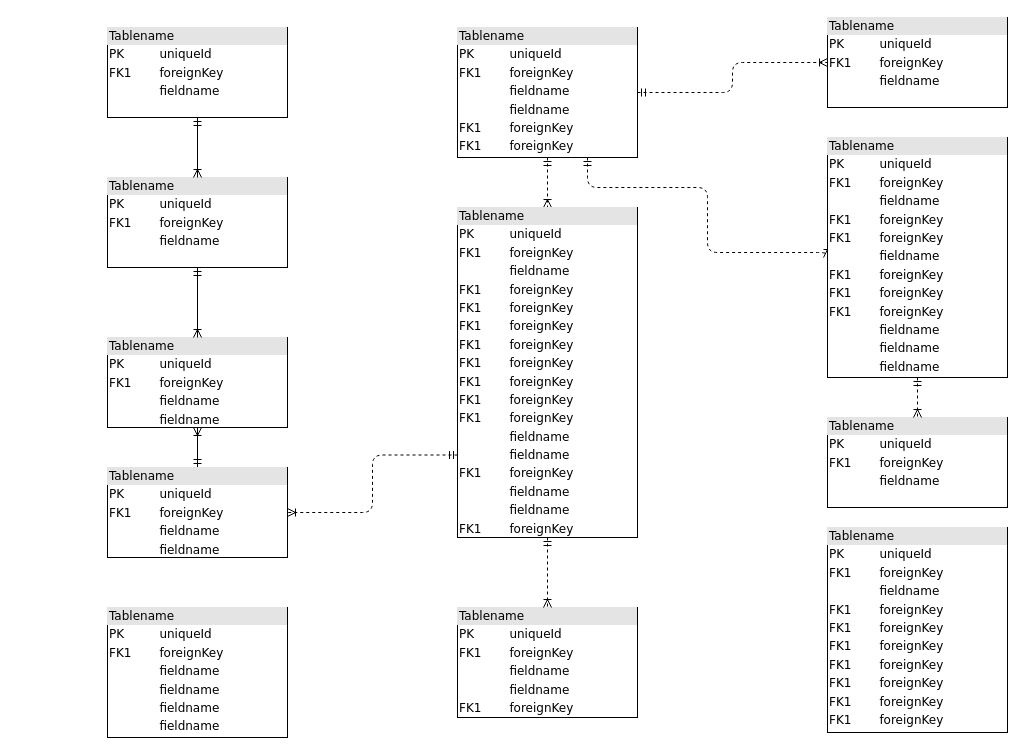
Amongash/PMS keeps this draw.io diagram as PMS.drawio. Above is the earlier version. Source tidied: cells renumbered, new cells numbered last; positions are measured from the earlier drawing's top-left corner, leaving out a move shared by most shapes. Both pictures are drawn from the tidied source at 100%, with x=0, y=0 at pixel (107, 17).
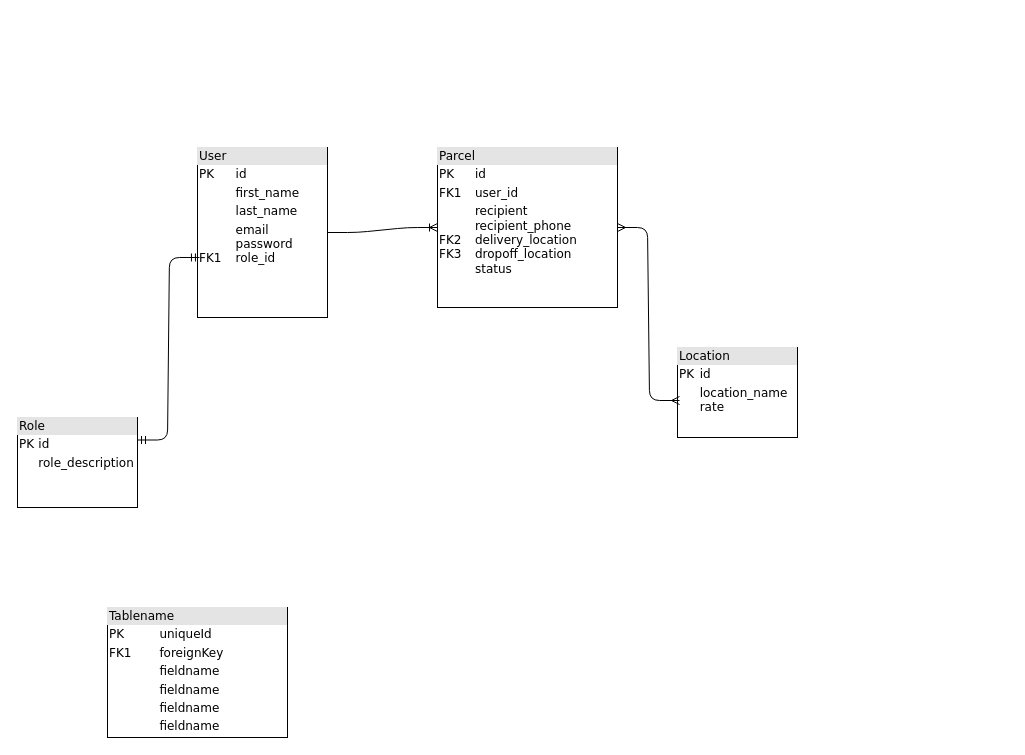
Above is the later version.

Change to the diagram source:
```diff
@@
-    <mxCell id="2" value="&lt;div style=&quot;box-sizing:border-box;width:100%;background:#e4e4e4;padding:2px;&quot;&gt;Tablename&lt;/div&gt;&lt;table style=&quot;width:100%;font-size:1em;&quot; cellpadding=&quot;2&quot; cellspacing=&quot;0&quot;&gt;&lt;tr&gt;&lt;td&gt;PK&lt;/td&gt;&lt;td&gt;uniqueId&lt;/td&gt;&lt;/tr&gt;&lt;tr&gt;&lt;td&gt;FK1&lt;/td&gt;&lt;td&gt;foreignKey&lt;/td&gt;&lt;/tr&gt;&lt;tr&gt;&lt;td&gt;&lt;/td&gt;&lt;td&gt;fieldname&lt;/td&gt;&lt;/tr&gt;&lt;/table&gt;" style="verticalAlign=top;align=left;overflow=fill;html=1;rounded=0;shadow=0;comic=0;labelBackgroundColor=none;strokeWidth=1;fontFamily=Verdana;fontSize=12;" parent="1" vertex="1">
-      <mxGeometry y="10" width="180" height="90" as="geometry" />
+    <mxCell id="2" value="&lt;div style=&quot;box-sizing: border-box ; width: 100% ; background: #e4e4e4 ; padding: 2px&quot;&gt;Parcel&lt;/div&gt;&lt;table style=&quot;width: 100% ; font-size: 1em&quot; cellpadding=&quot;2&quot; cellspacing=&quot;0&quot;&gt;&lt;tbody&gt;&lt;tr&gt;&lt;td&gt;PK&lt;/td&gt;&lt;td&gt;id&lt;/td&gt;&lt;/tr&gt;&lt;tr&gt;&lt;td&gt;FK1&lt;/td&gt;&lt;td&gt;user_id&lt;br&gt;&lt;/td&gt;&lt;/tr&gt;&lt;tr&gt;&lt;td&gt;FK2&lt;br&gt;FK3&lt;/td&gt;&lt;td&gt;recipient&lt;br&gt;recipient_phone&lt;br&gt;delivery_location&lt;br&gt;dropoff_location&lt;br&gt;status&lt;br&gt;&lt;br&gt;&lt;/td&gt;&lt;/tr&gt;&lt;/tbody&gt;&lt;/table&gt;" style="verticalAlign=top;align=left;overflow=fill;html=1;rounded=0;shadow=0;comic=0;labelBackgroundColor=none;strokeWidth=1;fontFamily=Verdana;fontSize=12;" parent="1" vertex="1">
+      <mxGeometry x="330" y="130" width="180" height="160" as="geometry" />
     </mxCell>
-    <mxCell id="3" style="edgeStyle=orthogonalEdgeStyle;html=1;entryX=0.5;entryY=0;dashed=1;labelBackgroundColor=none;startArrow=ERmandOne;endArrow=ERoneToMany;fontFamily=Verdana;fontSize=12;align=left;" parent="1" edge="1" source="6" target="16">
-      <mxGeometry relative="1" as="geometry" />
-    </mxCell>
-    <mxCell id="4" style="edgeStyle=orthogonalEdgeStyle;html=1;dashed=1;labelBackgroundColor=none;startArrow=ERmandOne;endArrow=ERoneToMany;fontFamily=Verdana;fontSize=12;align=left;entryX=0;entryY=0.5;" parent="1" edge="1" source="6" target="19">
-      <mxGeometry relative="1" as="geometry">
-        <Array as="points">
-          <mxPoint x="480" y="170" />
-          <mxPoint x="600" y="170" />
-          <mxPoint x="600" y="235" />
-        </Array>
-      </mxGeometry>
-    </mxCell>
-    <mxCell id="5" style="edgeStyle=orthogonalEdgeStyle;html=1;dashed=1;labelBackgroundColor=none;startArrow=ERmandOne;endArrow=ERoneToMany;fontFamily=Verdana;fontSize=12;align=left;" parent="1" edge="1" source="6" target="20">
-      <mxGeometry relative="1" as="geometry" />
-    </mxCell>
-    <mxCell id="6" value="&lt;div style=&quot;box-sizing: border-box ; width: 100% ; background: #e4e4e4 ; padding: 2px&quot;&gt;Tablename&lt;/div&gt;&lt;table style=&quot;width: 100% ; font-size: 1em&quot; cellpadding=&quot;2&quot; cellspacing=&quot;0&quot;&gt;&lt;tbody&gt;&lt;tr&gt;&lt;td&gt;PK&lt;/td&gt;&lt;td&gt;uniqueId&lt;/td&gt;&lt;/tr&gt;&lt;tr&gt;&lt;td&gt;FK1&lt;/td&gt;&lt;td&gt;foreignKey&lt;/td&gt;&lt;/tr&gt;&lt;tr&gt;&lt;td&gt;&lt;/td&gt;&lt;td&gt;fieldname&lt;/td&gt;&lt;/tr&gt;&lt;tr&gt;&lt;td&gt;&lt;br&gt;&lt;/td&gt;&lt;td&gt;fieldname&lt;br&gt;&lt;/td&gt;&lt;/tr&gt;&lt;tr&gt;&lt;td&gt;FK1&lt;br&gt;&lt;/td&gt;&lt;td&gt;foreignKey&lt;br&gt;&lt;/td&gt;&lt;/tr&gt;&lt;tr&gt;&lt;td&gt;FK1&lt;br&gt;&lt;/td&gt;&lt;td&gt;foreignKey&lt;br&gt;&lt;/td&gt;&lt;/tr&gt;&lt;/tbody&gt;&lt;/table&gt;" style="verticalAlign=top;align=left;overflow=fill;html=1;rounded=0;shadow=0;comic=0;labelBackgroundColor=none;strokeWidth=1;fontFamily=Verdana;fontSize=12;" parent="1" vertex="1">
-      <mxGeometry x="350" y="10" width="180" height="130" as="geometry" />
-    </mxCell>
-    <mxCell id="7" style="edgeStyle=orthogonalEdgeStyle;html=1;labelBackgroundColor=none;startArrow=ERmandOne;endArrow=ERoneToMany;fontFamily=Verdana;fontSize=12;align=left;" parent="1" edge="1" source="9" target="10">
-      <mxGeometry relative="1" as="geometry" />
-    </mxCell>
-    <mxCell id="8" style="edgeStyle=orthogonalEdgeStyle;html=1;exitX=0;exitY=0.75;entryX=1;entryY=0.5;dashed=1;labelBackgroundColor=none;startArrow=ERmandOne;endArrow=ERoneToMany;fontFamily=Verdana;fontSize=12;align=left;" parent="1" edge="1" source="16" target="9">
-      <mxGeometry relative="1" as="geometry" />
-    </mxCell>
-    <mxCell id="9" value="&lt;div style=&quot;box-sizing: border-box ; width: 100% ; background: #e4e4e4 ; padding: 2px&quot;&gt;Tablename&lt;/div&gt;&lt;table style=&quot;width: 100% ; font-size: 1em&quot; cellpadding=&quot;2&quot; cellspacing=&quot;0&quot;&gt;&lt;tbody&gt;&lt;tr&gt;&lt;td&gt;PK&lt;/td&gt;&lt;td&gt;uniqueId&lt;/td&gt;&lt;/tr&gt;&lt;tr&gt;&lt;td&gt;FK1&lt;/td&gt;&lt;td&gt;foreignKey&lt;/td&gt;&lt;/tr&gt;&lt;tr&gt;&lt;td&gt;&lt;/td&gt;&lt;td&gt;fieldname&lt;/td&gt;&lt;/tr&gt;&lt;tr&gt;&lt;td&gt;&lt;br&gt;&lt;/td&gt;&lt;td&gt;fieldname&lt;br&gt;&lt;/td&gt;&lt;/tr&gt;&lt;/tbody&gt;&lt;/table&gt;" style="verticalAlign=top;align=left;overflow=fill;html=1;rounded=0;shadow=0;comic=0;labelBackgroundColor=none;strokeWidth=1;fontFamily=Verdana;fontSize=12;" parent="1" vertex="1">
-      <mxGeometry y="450" width="180" height="90" as="geometry" />
+    <mxCell id="9" value="&lt;div style=&quot;box-sizing: border-box ; width: 100% ; background: #e4e4e4 ; padding: 2px&quot;&gt;Role&lt;/div&gt;&lt;table style=&quot;width: 100% ; font-size: 1em&quot; cellpadding=&quot;2&quot; cellspacing=&quot;0&quot;&gt;&lt;tbody&gt;&lt;tr&gt;&lt;td&gt;PK&lt;/td&gt;&lt;td&gt;id&lt;/td&gt;&lt;/tr&gt;&lt;tr&gt;&lt;td&gt;&lt;br&gt;&lt;/td&gt;&lt;td&gt;role_description&lt;/td&gt;&lt;/tr&gt;&lt;tr&gt;&lt;td&gt;&lt;/td&gt;&lt;td&gt;&lt;br&gt;&lt;/td&gt;&lt;/tr&gt;&lt;tr&gt;&lt;td&gt;&lt;br&gt;&lt;/td&gt;&lt;td&gt;&lt;br&gt;&lt;/td&gt;&lt;/tr&gt;&lt;/tbody&gt;&lt;/table&gt;" style="verticalAlign=top;align=left;overflow=fill;html=1;rounded=0;shadow=0;comic=0;labelBackgroundColor=none;strokeWidth=1;fontFamily=Verdana;fontSize=12;" parent="1" vertex="1">
+      <mxGeometry x="-90" y="400" width="120" height="90" as="geometry" />
     </mxCell>
-    <mxCell id="10" value="&lt;div style=&quot;box-sizing: border-box ; width: 100% ; background: #e4e4e4 ; padding: 2px&quot;&gt;Tablename&lt;/div&gt;&lt;table style=&quot;width: 100% ; font-size: 1em&quot; cellpadding=&quot;2&quot; cellspacing=&quot;0&quot;&gt;&lt;tbody&gt;&lt;tr&gt;&lt;td&gt;PK&lt;/td&gt;&lt;td&gt;uniqueId&lt;/td&gt;&lt;/tr&gt;&lt;tr&gt;&lt;td&gt;FK1&lt;/td&gt;&lt;td&gt;foreignKey&lt;/td&gt;&lt;/tr&gt;&lt;tr&gt;&lt;td&gt;&lt;/td&gt;&lt;td&gt;fieldname&lt;/td&gt;&lt;/tr&gt;&lt;tr&gt;&lt;td&gt;&lt;br&gt;&lt;/td&gt;&lt;td&gt;fieldname&lt;br&gt;&lt;/td&gt;&lt;/tr&gt;&lt;/tbody&gt;&lt;/table&gt;" style="verticalAlign=top;align=left;overflow=fill;html=1;rounded=0;shadow=0;comic=0;labelBackgroundColor=none;strokeWidth=1;fontFamily=Verdana;fontSize=12;" parent="1" vertex="1">
-      <mxGeometry y="320" width="180" height="90" as="geometry" />
+    <mxCell id="10" value="&lt;div style=&quot;box-sizing: border-box ; width: 100% ; background: #e4e4e4 ; padding: 2px&quot;&gt;User&lt;/div&gt;&lt;table style=&quot;width: 100% ; font-size: 1em&quot; cellpadding=&quot;2&quot; cellspacing=&quot;0&quot; align=&quot;left&quot;&gt;&lt;tbody&gt;&lt;tr&gt;&lt;td&gt;PK&lt;/td&gt;&lt;td&gt;id&lt;/td&gt;&lt;/tr&gt;&lt;tr&gt;&lt;td&gt;&lt;br&gt;&lt;/td&gt;&lt;td&gt;first_name&lt;/td&gt;&lt;/tr&gt;&lt;tr&gt;&lt;td&gt;&lt;/td&gt;&lt;td&gt;last_name&lt;/td&gt;&lt;/tr&gt;&lt;tr&gt;&lt;td&gt;&lt;br&gt;&lt;br&gt;FK1&lt;/td&gt;&lt;td&gt;email&lt;br&gt;password&lt;br&gt;role_id&lt;br&gt;&lt;/td&gt;&lt;/tr&gt;&lt;/tbody&gt;&lt;/table&gt;" style="verticalAlign=top;align=left;overflow=fill;html=1;rounded=0;shadow=0;comic=0;labelBackgroundColor=none;strokeWidth=1;fontFamily=Verdana;fontSize=12;" parent="1" vertex="1">
+      <mxGeometry x="90" y="130" width="130" height="170" as="geometry" />
     </mxCell>
-    <mxCell id="11" style="edgeStyle=orthogonalEdgeStyle;html=1;entryX=0.5;entryY=0;labelBackgroundColor=none;startArrow=ERmandOne;endArrow=ERoneToMany;fontFamily=Verdana;fontSize=12;align=left;" parent="1" edge="1" source="12" target="10">
-      <mxGeometry relative="1" as="geometry" />
-    </mxCell>
-    <mxCell id="12" value="&lt;div style=&quot;box-sizing:border-box;width:100%;background:#e4e4e4;padding:2px;&quot;&gt;Tablename&lt;/div&gt;&lt;table style=&quot;width:100%;font-size:1em;&quot; cellpadding=&quot;2&quot; cellspacing=&quot;0&quot;&gt;&lt;tr&gt;&lt;td&gt;PK&lt;/td&gt;&lt;td&gt;uniqueId&lt;/td&gt;&lt;/tr&gt;&lt;tr&gt;&lt;td&gt;FK1&lt;/td&gt;&lt;td&gt;foreignKey&lt;/td&gt;&lt;/tr&gt;&lt;tr&gt;&lt;td&gt;&lt;/td&gt;&lt;td&gt;fieldname&lt;/td&gt;&lt;/tr&gt;&lt;/table&gt;" style="verticalAlign=top;align=left;overflow=fill;html=1;rounded=0;shadow=0;comic=0;labelBackgroundColor=none;strokeWidth=1;fontFamily=Verdana;fontSize=12;" parent="1" vertex="1">
-      <mxGeometry y="160" width="180" height="90" as="geometry" />
-    </mxCell>
-    <mxCell id="13" value="&lt;div style=&quot;box-sizing: border-box ; width: 100% ; background: #e4e4e4 ; padding: 2px&quot;&gt;Tablename&lt;/div&gt;&lt;table style=&quot;width: 100% ; font-size: 1em&quot; cellpadding=&quot;2&quot; cellspacing=&quot;0&quot;&gt;&lt;tbody&gt;&lt;tr&gt;&lt;td&gt;PK&lt;/td&gt;&lt;td&gt;uniqueId&lt;/td&gt;&lt;/tr&gt;&lt;tr&gt;&lt;td&gt;FK1&lt;/td&gt;&lt;td&gt;foreignKey&lt;/td&gt;&lt;/tr&gt;&lt;tr&gt;&lt;td&gt;&lt;/td&gt;&lt;td&gt;fieldname&lt;/td&gt;&lt;/tr&gt;&lt;tr&gt;&lt;td&gt;FK1&lt;br&gt;&lt;/td&gt;&lt;td&gt;foreignKey&lt;br&gt;&lt;/td&gt;&lt;/tr&gt;&lt;tr&gt;&lt;td&gt;FK1&lt;br&gt;&lt;/td&gt;&lt;td&gt;foreignKey&lt;br&gt;&lt;/td&gt;&lt;/tr&gt;&lt;tr&gt;&lt;td&gt;FK1&lt;br&gt;&lt;/td&gt;&lt;td&gt;foreignKey&lt;br&gt;&lt;/td&gt;&lt;/tr&gt;&lt;tr&gt;&lt;td&gt;FK1&lt;br&gt;&lt;/td&gt;&lt;td&gt;foreignKey&lt;br&gt;&lt;/td&gt;&lt;/tr&gt;&lt;tr&gt;&lt;td&gt;FK1&lt;br&gt;&lt;/td&gt;&lt;td&gt;foreignKey&lt;br&gt;&lt;/td&gt;&lt;/tr&gt;&lt;tr&gt;&lt;td&gt;FK1&lt;br&gt;&lt;/td&gt;&lt;td&gt;foreignKey&lt;br&gt;&lt;/td&gt;&lt;/tr&gt;&lt;tr&gt;&lt;td&gt;FK1&lt;br&gt;&lt;/td&gt;&lt;td&gt;foreignKey&lt;br&gt;&lt;/td&gt;&lt;/tr&gt;&lt;/tbody&gt;&lt;/table&gt;" style="verticalAlign=top;align=left;overflow=fill;html=1;rounded=0;shadow=0;comic=0;labelBackgroundColor=none;strokeWidth=1;fontFamily=Verdana;fontSize=12;" parent="1" vertex="1">
-      <mxGeometry x="720" y="510" width="180" height="205" as="geometry" />
-    </mxCell>
-    <mxCell id="14" value="&lt;div style=&quot;box-sizing: border-box ; width: 100% ; background: #e4e4e4 ; padding: 2px&quot;&gt;Tablename&lt;/div&gt;&lt;table style=&quot;width: 100% ; font-size: 1em&quot; cellpadding=&quot;2&quot; cellspacing=&quot;0&quot;&gt;&lt;tbody&gt;&lt;tr&gt;&lt;td&gt;PK&lt;/td&gt;&lt;td&gt;uniqueId&lt;/td&gt;&lt;/tr&gt;&lt;tr&gt;&lt;td&gt;FK1&lt;/td&gt;&lt;td&gt;foreignKey&lt;/td&gt;&lt;/tr&gt;&lt;tr&gt;&lt;td&gt;&lt;/td&gt;&lt;td&gt;fieldname&lt;/td&gt;&lt;/tr&gt;&lt;tr&gt;&lt;td&gt;&lt;br&gt;&lt;/td&gt;&lt;td&gt;fieldname&lt;br&gt;&lt;/td&gt;&lt;/tr&gt;&lt;tr&gt;&lt;td&gt;FK1&lt;br&gt;&lt;/td&gt;&lt;td&gt;foreignKey&lt;br&gt;&lt;/td&gt;&lt;/tr&gt;&lt;/tbody&gt;&lt;/table&gt;" style="verticalAlign=top;align=left;overflow=fill;html=1;rounded=0;shadow=0;comic=0;labelBackgroundColor=none;strokeWidth=1;fontFamily=Verdana;fontSize=12;" parent="1" vertex="1">
-      <mxGeometry x="350" y="590" width="180" height="110" as="geometry" />
-    </mxCell>
-    <mxCell id="15" style="edgeStyle=orthogonalEdgeStyle;html=1;entryX=0.5;entryY=0;labelBackgroundColor=none;startArrow=ERmandOne;endArrow=ERoneToMany;fontFamily=Verdana;fontSize=12;align=left;dashed=1;" parent="1" edge="1" source="16" target="14">
-      <mxGeometry relative="1" as="geometry" />
-    </mxCell>
-    <mxCell id="16" value="&lt;div style=&quot;box-sizing: border-box ; width: 100% ; background: #e4e4e4 ; padding: 2px&quot;&gt;Tablename&lt;/div&gt;&lt;table style=&quot;width: 100% ; font-size: 1em&quot; cellpadding=&quot;2&quot; cellspacing=&quot;0&quot;&gt;&lt;tbody&gt;&lt;tr&gt;&lt;td&gt;PK&lt;/td&gt;&lt;td&gt;uniqueId&lt;/td&gt;&lt;/tr&gt;&lt;tr&gt;&lt;td&gt;FK1&lt;/td&gt;&lt;td&gt;foreignKey&lt;/td&gt;&lt;/tr&gt;&lt;tr&gt;&lt;td&gt;&lt;/td&gt;&lt;td&gt;fieldname&lt;/td&gt;&lt;/tr&gt;&lt;tr&gt;&lt;td&gt;FK1&lt;br&gt;&lt;/td&gt;&lt;td&gt;foreignKey&lt;br&gt;&lt;/td&gt;&lt;/tr&gt;&lt;tr&gt;&lt;td&gt;FK1&lt;br&gt;&lt;/td&gt;&lt;td&gt;foreignKey&lt;br&gt;&lt;/td&gt;&lt;/tr&gt;&lt;tr&gt;&lt;td&gt;FK1&lt;br&gt;&lt;/td&gt;&lt;td&gt;foreignKey&lt;br&gt;&lt;/td&gt;&lt;/tr&gt;&lt;tr&gt;&lt;td&gt;FK1&lt;br&gt;&lt;/td&gt;&lt;td&gt;foreignKey&lt;br&gt;&lt;/td&gt;&lt;/tr&gt;&lt;tr&gt;&lt;td&gt;FK1&lt;br&gt;&lt;/td&gt;&lt;td&gt;foreignKey&lt;br&gt;&lt;/td&gt;&lt;/tr&gt;&lt;tr&gt;&lt;td&gt;FK1&lt;br&gt;&lt;/td&gt;&lt;td&gt;foreignKey&lt;br&gt;&lt;/td&gt;&lt;/tr&gt;&lt;tr&gt;&lt;td&gt;FK1&lt;br&gt;&lt;/td&gt;&lt;td&gt;foreignKey&lt;br&gt;&lt;/td&gt;&lt;/tr&gt;&lt;tr&gt;&lt;td&gt;FK1&lt;br&gt;&lt;/td&gt;&lt;td&gt;foreignKey&lt;br&gt;&lt;/td&gt;&lt;/tr&gt;&lt;tr&gt;&lt;td&gt;&lt;br&gt;&lt;/td&gt;&lt;td&gt;fieldname&lt;br&gt;&lt;/td&gt;&lt;/tr&gt;&lt;tr&gt;&lt;td&gt;&lt;br&gt;&lt;/td&gt;&lt;td&gt;fieldname&lt;br&gt;&lt;/td&gt;&lt;/tr&gt;&lt;tr&gt;&lt;td&gt;FK1&lt;br&gt;&lt;/td&gt;&lt;td&gt;foreignKey&lt;br&gt;&lt;/td&gt;&lt;/tr&gt;&lt;tr&gt;&lt;td&gt;&lt;br&gt;&lt;/td&gt;&lt;td&gt;fieldname&lt;br&gt;&lt;/td&gt;&lt;/tr&gt;&lt;tr&gt;&lt;td&gt;&lt;br&gt;&lt;/td&gt;&lt;td&gt;fieldname&lt;br&gt;&lt;/td&gt;&lt;/tr&gt;&lt;tr&gt;&lt;td&gt;FK1&lt;br&gt;&lt;/td&gt;&lt;td&gt;foreignKey&lt;br&gt;&lt;/td&gt;&lt;/tr&gt;&lt;/tbody&gt;&lt;/table&gt;" style="verticalAlign=top;align=left;overflow=fill;html=1;rounded=0;shadow=0;comic=0;labelBackgroundColor=none;strokeWidth=1;fontFamily=Verdana;fontSize=12;" parent="1" vertex="1">
-      <mxGeometry x="350" y="190" width="180" height="330" as="geometry" />
-    </mxCell>
-    <mxCell id="17" value="&lt;div style=&quot;box-sizing:border-box;width:100%;background:#e4e4e4;padding:2px;&quot;&gt;Tablename&lt;/div&gt;&lt;table style=&quot;width:100%;font-size:1em;&quot; cellpadding=&quot;2&quot; cellspacing=&quot;0&quot;&gt;&lt;tr&gt;&lt;td&gt;PK&lt;/td&gt;&lt;td&gt;uniqueId&lt;/td&gt;&lt;/tr&gt;&lt;tr&gt;&lt;td&gt;FK1&lt;/td&gt;&lt;td&gt;foreignKey&lt;/td&gt;&lt;/tr&gt;&lt;tr&gt;&lt;td&gt;&lt;/td&gt;&lt;td&gt;fieldname&lt;/td&gt;&lt;/tr&gt;&lt;/table&gt;" style="verticalAlign=top;align=left;overflow=fill;html=1;rounded=0;shadow=0;comic=0;labelBackgroundColor=none;strokeWidth=1;fontFamily=Verdana;fontSize=12;" parent="1" vertex="1">
-      <mxGeometry x="720" y="400" width="180" height="90" as="geometry" />
-    </mxCell>
-    <mxCell id="18" style="edgeStyle=orthogonalEdgeStyle;html=1;entryX=0.5;entryY=0;dashed=1;labelBackgroundColor=none;startArrow=ERmandOne;endArrow=ERoneToMany;fontFamily=Verdana;fontSize=12;align=left;" parent="1" edge="1" source="19" target="17">
-      <mxGeometry relative="1" as="geometry" />
-    </mxCell>
-    <mxCell id="19" value="&lt;div style=&quot;box-sizing: border-box ; width: 100% ; background: #e4e4e4 ; padding: 2px&quot;&gt;Tablename&lt;/div&gt;&lt;table style=&quot;width: 100% ; font-size: 1em&quot; cellpadding=&quot;2&quot; cellspacing=&quot;0&quot;&gt;&lt;tbody&gt;&lt;tr&gt;&lt;td&gt;PK&lt;/td&gt;&lt;td&gt;uniqueId&lt;/td&gt;&lt;/tr&gt;&lt;tr&gt;&lt;td&gt;FK1&lt;/td&gt;&lt;td&gt;foreignKey&lt;/td&gt;&lt;/tr&gt;&lt;tr&gt;&lt;td&gt;&lt;/td&gt;&lt;td&gt;fieldname&lt;/td&gt;&lt;/tr&gt;&lt;tr&gt;&lt;td&gt;FK1&lt;br&gt;&lt;/td&gt;&lt;td&gt;foreignKey&lt;br&gt;&lt;/td&gt;&lt;/tr&gt;&lt;tr&gt;&lt;td&gt;FK1&lt;br&gt;&lt;/td&gt;&lt;td&gt;foreignKey&lt;br&gt;&lt;/td&gt;&lt;/tr&gt;&lt;tr&gt;&lt;td&gt;&lt;br&gt;&lt;/td&gt;&lt;td&gt;fieldname&lt;br&gt;&lt;/td&gt;&lt;/tr&gt;&lt;tr&gt;&lt;td&gt;FK1&lt;br&gt;&lt;/td&gt;&lt;td&gt;foreignKey&lt;br&gt;&lt;/td&gt;&lt;/tr&gt;&lt;tr&gt;&lt;td&gt;FK1&lt;br&gt;&lt;/td&gt;&lt;td&gt;foreignKey&lt;br&gt;&lt;/td&gt;&lt;/tr&gt;&lt;tr&gt;&lt;td&gt;FK1&lt;br&gt;&lt;/td&gt;&lt;td&gt;foreignKey&lt;br&gt;&lt;/td&gt;&lt;/tr&gt;&lt;tr&gt;&lt;td&gt;&lt;br&gt;&lt;/td&gt;&lt;td&gt;fieldname&lt;br&gt;&lt;/td&gt;&lt;/tr&gt;&lt;tr&gt;&lt;td&gt;&lt;br&gt;&lt;/td&gt;&lt;td&gt;fieldname&lt;br&gt;&lt;/td&gt;&lt;/tr&gt;&lt;tr&gt;&lt;td&gt;&lt;br&gt;&lt;/td&gt;&lt;td&gt;fieldname&lt;br&gt;&lt;/td&gt;&lt;/tr&gt;&lt;/tbody&gt;&lt;/table&gt;" style="verticalAlign=top;align=left;overflow=fill;html=1;rounded=0;shadow=0;comic=0;labelBackgroundColor=none;strokeWidth=1;fontFamily=Verdana;fontSize=12;" parent="1" vertex="1">
-      <mxGeometry x="720" y="120" width="180" height="240" as="geometry" />
-    </mxCell>
-    <mxCell id="20" value="&lt;div style=&quot;box-sizing:border-box;width:100%;background:#e4e4e4;padding:2px;&quot;&gt;Tablename&lt;/div&gt;&lt;table style=&quot;width:100%;font-size:1em;&quot; cellpadding=&quot;2&quot; cellspacing=&quot;0&quot;&gt;&lt;tr&gt;&lt;td&gt;PK&lt;/td&gt;&lt;td&gt;uniqueId&lt;/td&gt;&lt;/tr&gt;&lt;tr&gt;&lt;td&gt;FK1&lt;/td&gt;&lt;td&gt;foreignKey&lt;/td&gt;&lt;/tr&gt;&lt;tr&gt;&lt;td&gt;&lt;/td&gt;&lt;td&gt;fieldname&lt;/td&gt;&lt;/tr&gt;&lt;/table&gt;" style="verticalAlign=top;align=left;overflow=fill;html=1;rounded=0;shadow=0;comic=0;labelBackgroundColor=none;strokeWidth=1;fontFamily=Verdana;fontSize=12;" parent="1" vertex="1">
-      <mxGeometry x="720" width="180" height="90" as="geometry" />
-    </mxCell>
@@
-    <mxCell id="22" style="edgeStyle=orthogonalEdgeStyle;html=1;endArrow=ERoneToMany;startArrow=ERmandOne;labelBackgroundColor=none;fontFamily=Verdana;fontSize=12;align=left;exitX=0.5;exitY=1;entryX=0.5;entryY=0;" parent="1" edge="1" source="2" target="12">
-      <mxGeometry relative="1" as="geometry" />
-    </mxCell>
+    <mxCell id="7" style="edgeStyle=entityRelationEdgeStyle;fontSize=12;html=1;endArrow=ERmandOne;startArrow=ERmandOne;entryX=0.015;entryY=0.647;entryDx=0;entryDy=0;entryPerimeter=0;exitX=1;exitY=0.25;exitDx=0;exitDy=0;" parent="1" edge="1" source="9" target="10">
+      <mxGeometry relative="1" as="geometry" />
+    </mxCell>
+    <mxCell id="23" style="edgeStyle=entityRelationEdgeStyle;fontSize=12;html=1;endArrow=ERoneToMany;entryX=0;entryY=0.5;entryDx=0;entryDy=0;" parent="1" edge="1" source="10" target="2">
+      <mxGeometry relative="1" as="geometry" />
+    </mxCell>
+    <mxCell id="24" value="&lt;div style=&quot;box-sizing: border-box ; width: 100% ; background: #e4e4e4 ; padding: 2px&quot;&gt;Location&lt;/div&gt;&lt;table style=&quot;width: 100% ; font-size: 1em&quot; cellpadding=&quot;2&quot; cellspacing=&quot;0&quot;&gt;&lt;tbody&gt;&lt;tr&gt;&lt;td&gt;PK&lt;/td&gt;&lt;td&gt;id&lt;/td&gt;&lt;/tr&gt;&lt;tr&gt;&lt;td&gt;&lt;br&gt;&lt;/td&gt;&lt;td&gt;location_name&lt;br&gt;rate&lt;br&gt;&lt;br&gt;&lt;/td&gt;&lt;/tr&gt;&lt;tr&gt;&lt;td&gt;&lt;/td&gt;&lt;td&gt;&lt;br&gt;&lt;/td&gt;&lt;/tr&gt;&lt;tr&gt;&lt;td&gt;&lt;br&gt;&lt;/td&gt;&lt;td&gt;&lt;br&gt;&lt;/td&gt;&lt;/tr&gt;&lt;/tbody&gt;&lt;/table&gt;" style="verticalAlign=top;align=left;overflow=fill;html=1;rounded=0;shadow=0;comic=0;labelBackgroundColor=none;strokeWidth=1;fontFamily=Verdana;fontSize=12;" parent="1" vertex="1">
+      <mxGeometry x="570" y="330" width="120" height="90" as="geometry" />
+    </mxCell>
+    <mxCell id="25" style="edgeStyle=entityRelationEdgeStyle;fontSize=12;html=1;endArrow=ERmany;startArrow=ERmany;exitX=1;exitY=0.5;exitDx=0;exitDy=0;entryX=0.017;entryY=0.589;entryDx=0;entryDy=0;entryPerimeter=0;" parent="1" edge="1" source="2" target="24">
+      <mxGeometry relative="1" as="geometry" />
+    </mxCell>
```
